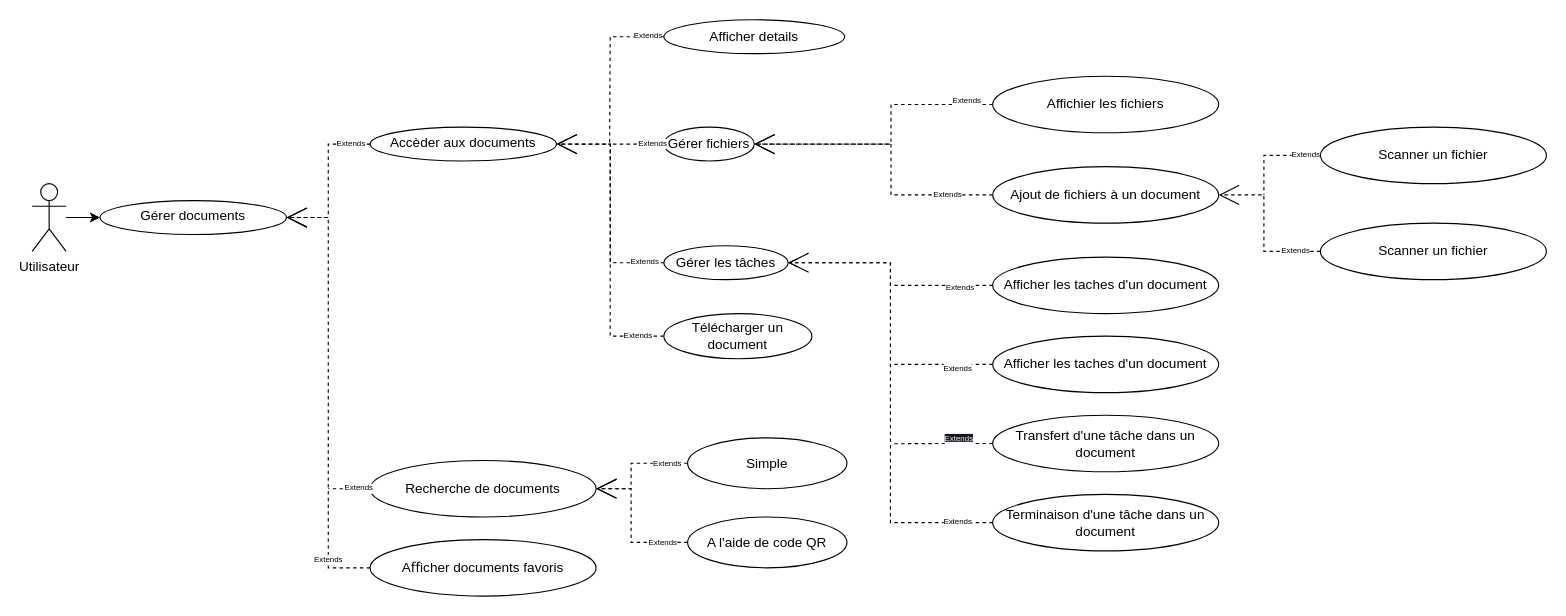
The draw.io diagram UseCaseSprint3.drawio in PFE-Neoledge-2023/rapport, before the edit. Source tidied: cells renumbered, new cells numbered last; positions are measured from the earlier drawing's top-left corner, leaving out a move shared by most shapes. Both pictures are drawn from the tidied source at 113%, with x=0, y=0 at pixel (32, 19).
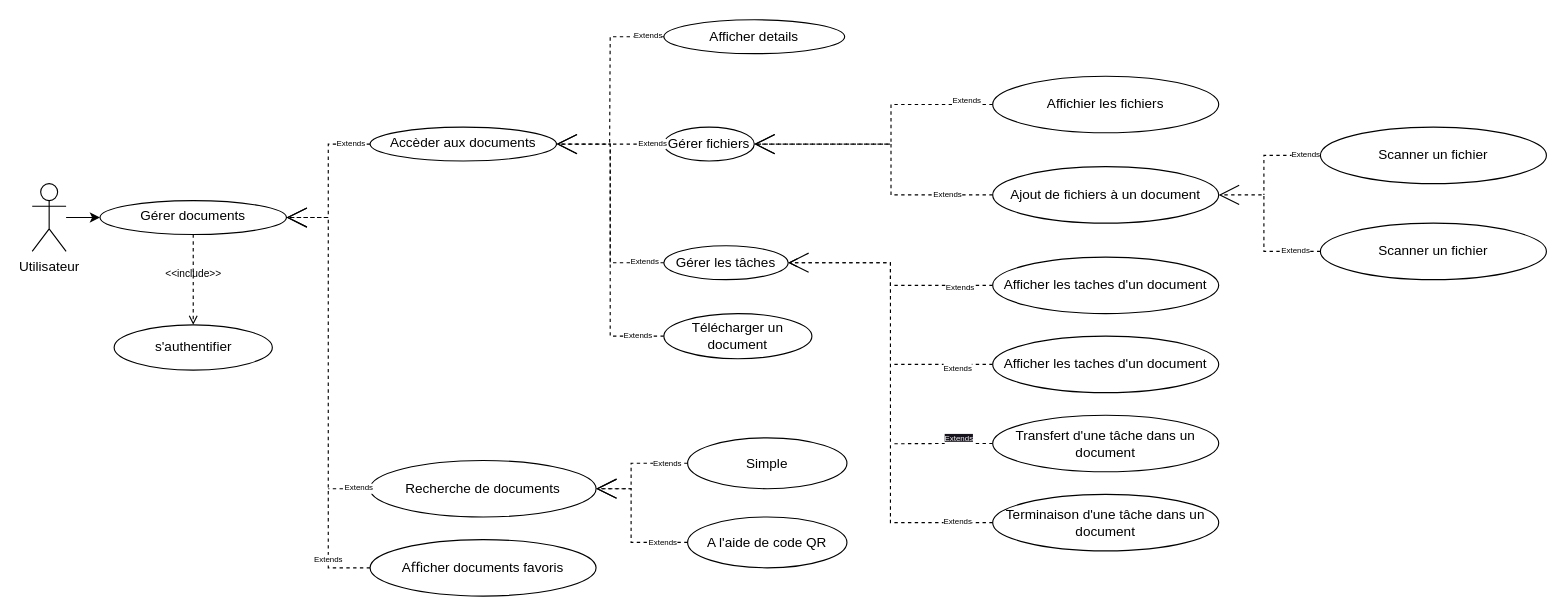
After the change.

The change refers to these unchanged cells:
```xml
<mxCell id="25" value="Gérer documents" style="ellipse;whiteSpace=wrap;html=1;verticalAlign=top;" parent="1" vertex="1">
  <mxGeometry x="60" y="160" width="165" height="30" as="geometry" />
</mxCell>
```

Diff of the diagram source:
```diff
@@
+    <mxCell id="41" style="edgeStyle=none;html=1;entryX=0.5;entryY=0;entryDx=0;entryDy=0;dashed=1;endArrow=open;endFill=0;" parent="1" edge="1" source="25" target="42">
+      <mxGeometry relative="1" as="geometry" />
+    </mxCell>
@@
+    <mxCell id="42" value="s'authentifier" style="ellipse;whiteSpace=wrap;html=1;" parent="1" vertex="1">
+      <mxGeometry x="72.5" y="270" width="140" height="40" as="geometry" />
+    </mxCell>
+    <mxCell id="43" value="&amp;lt;&amp;lt;include&amp;gt;&amp;gt;" style="text;html=1;strokeColor=none;fillColor=none;align=center;verticalAlign=middle;whiteSpace=wrap;rounded=0;fontSize=9;" parent="1" vertex="1">
+      <mxGeometry x="112.5" y="210" width="60" height="30" as="geometry" />
+    </mxCell>
```
